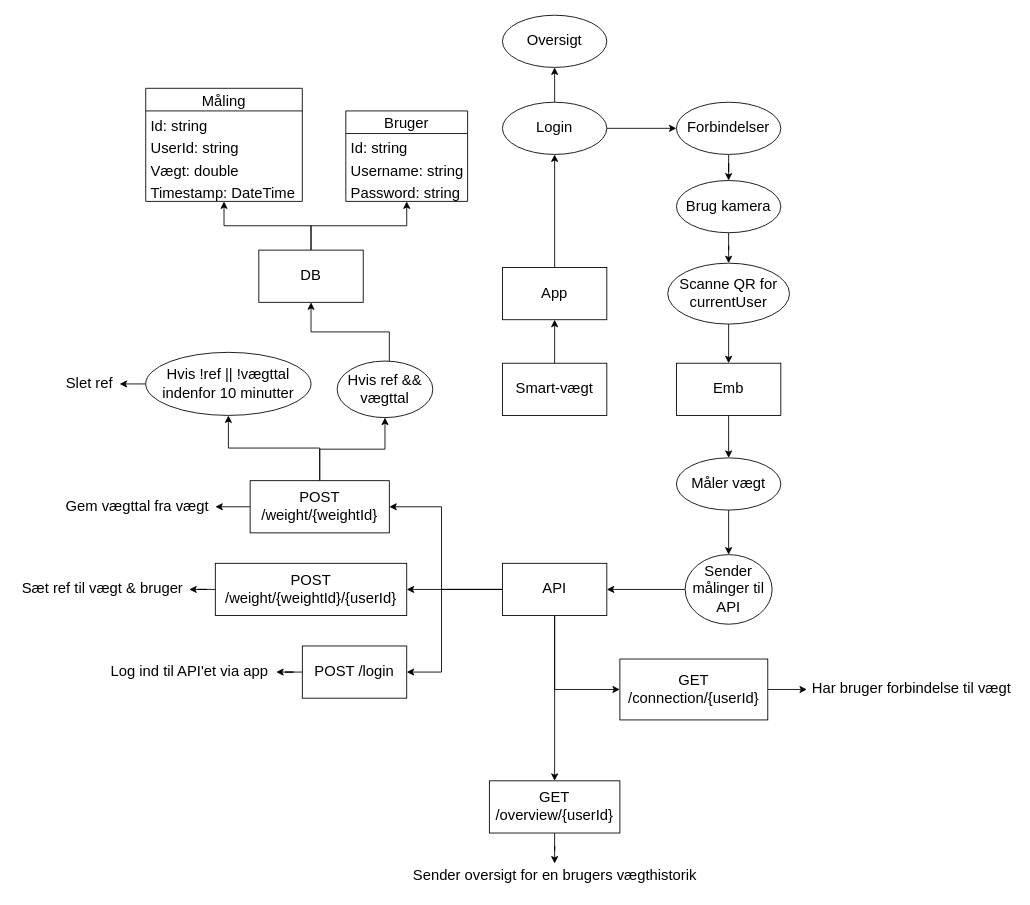
DanielSimonsen90/H5-Final-Project keeps this draw.io diagram as References/Smartvægt.drawio. Above is the earlier version. Source tidied: cells renumbered, new cells numbered last; positions are measured from the earlier drawing's top-left corner, leaving out a move shared by most shapes. Both pictures are drawn from the tidied source at 87%, with x=0, y=0 at pixel (15, 15).
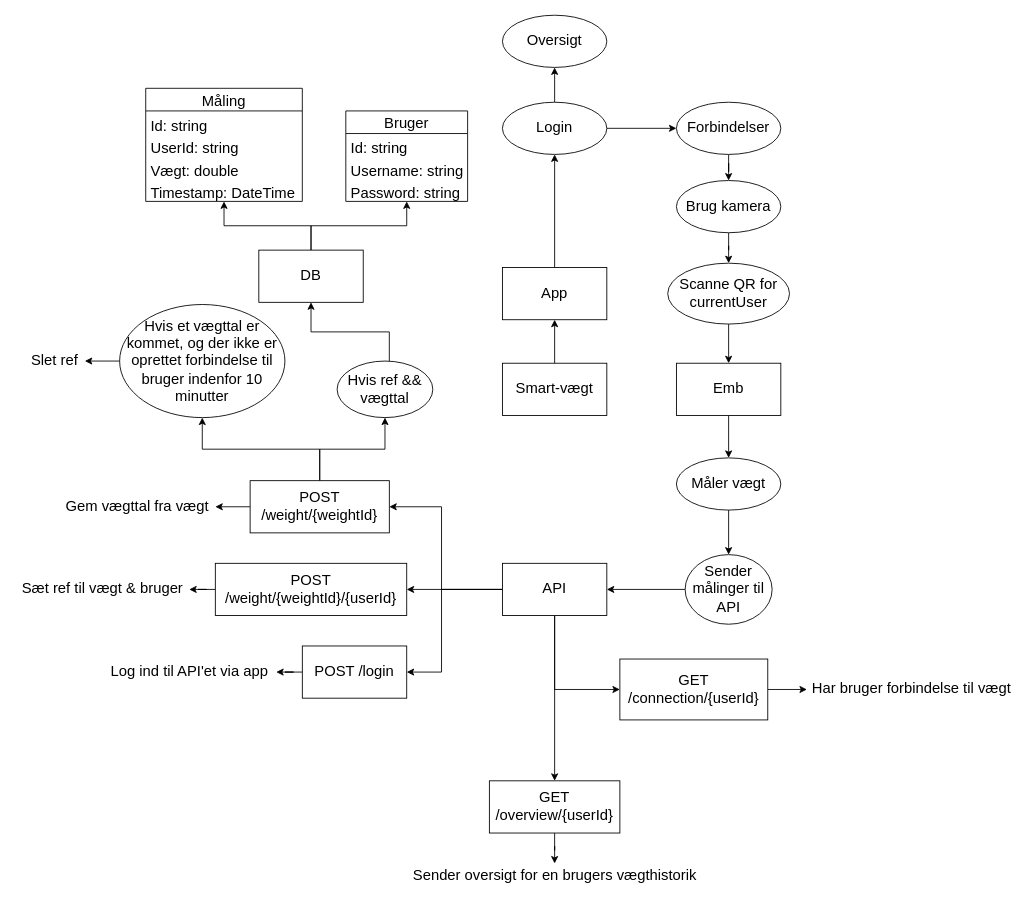
After the change.

Change to the diagram source:
```diff
@@
-    <mxCell id="44" style="edgeStyle=orthogonalEdgeStyle;rounded=0;jettySize=auto;html=1;fontSize=17;" parent="1" edge="1" source="45" target="46">
+    <mxCell id="44" style="edgeStyle=orthogonalEdgeStyle;rounded=0;jettySize=auto;html=1;fontSize=17;exitX=0;exitY=0.5;exitDx=0;exitDy=0;" parent="1" edge="1" source="45" target="46">
       <mxGeometry relative="1" as="geometry" />
     </mxCell>
-    <mxCell id="45" value="Hvis !ref || !vægttal indenfor 10 minutter" style="ellipse;whiteSpace=wrap;html=1;fontSize=17;" parent="1" vertex="1">
-      <mxGeometry x="150" y="387.5" width="190" height="72.5" as="geometry" />
+    <mxCell id="45" value="Hvis et vægttal er kommet, og der ikke er oprettet forbindelse til bruger indenfor 10 minutter" style="ellipse;whiteSpace=wrap;html=1;fontSize=17;" parent="1" vertex="1">
+      <mxGeometry x="120" y="332.5" width="190" height="130" as="geometry" />
     </mxCell>
     <mxCell id="46" value="Slet ref" style="text;html=1;align=center;verticalAlign=middle;points=[];strokeColor=none;fillColor=none;fontSize=17;" parent="1" vertex="1">
-      <mxGeometry x="50" y="408.8" width="70" height="30" as="geometry" />
+      <mxGeometry x="10" y="382.5" width="70" height="30" as="geometry" />
     </mxCell>
```
